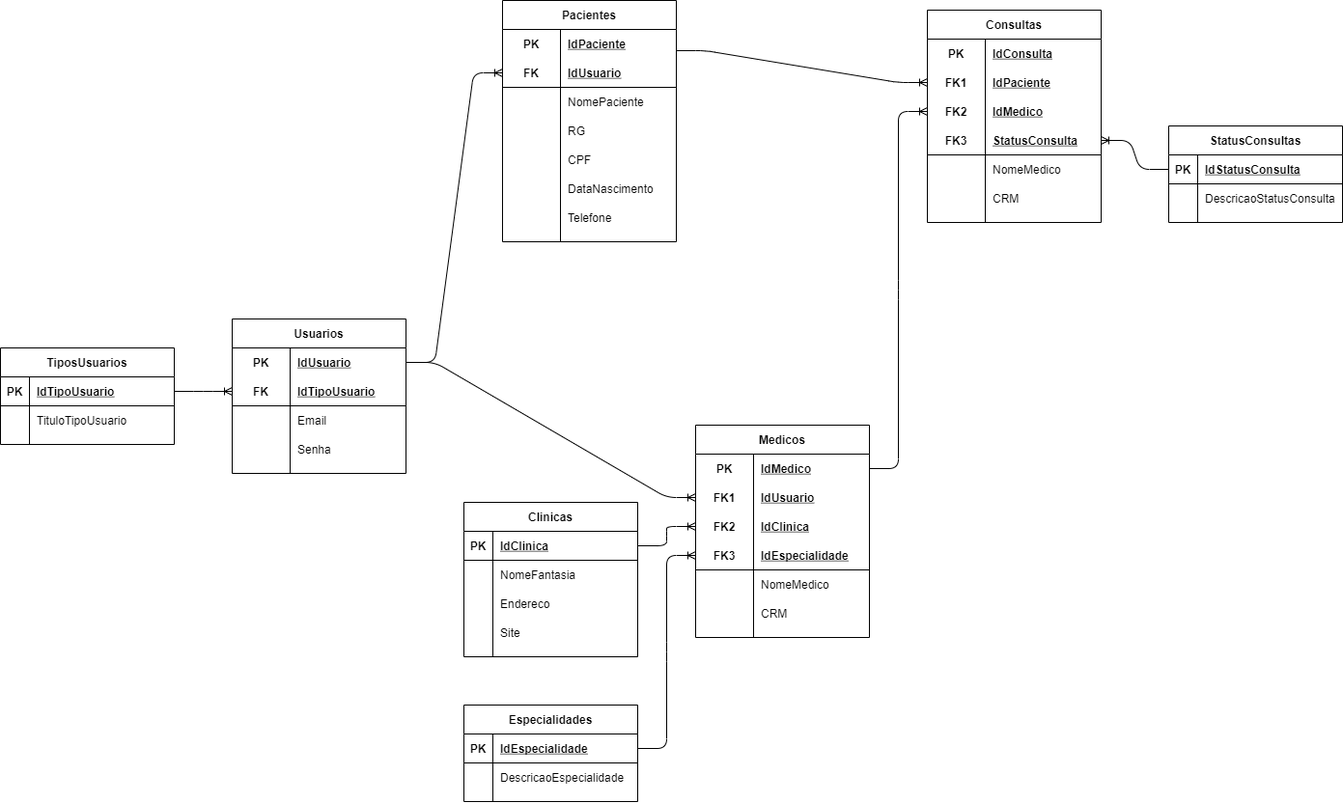
This is SP_Medical_Group/SP_Medical_Group-Lógico.png from Carlos-Augusto-Roque/Sprint1_bd, a draw.io export, as it was before one commit. Source tidied: cells renumbered, new cells last; positions are measured from the earlier drawing's top-left corner, leaving out a move shared by most shapes.
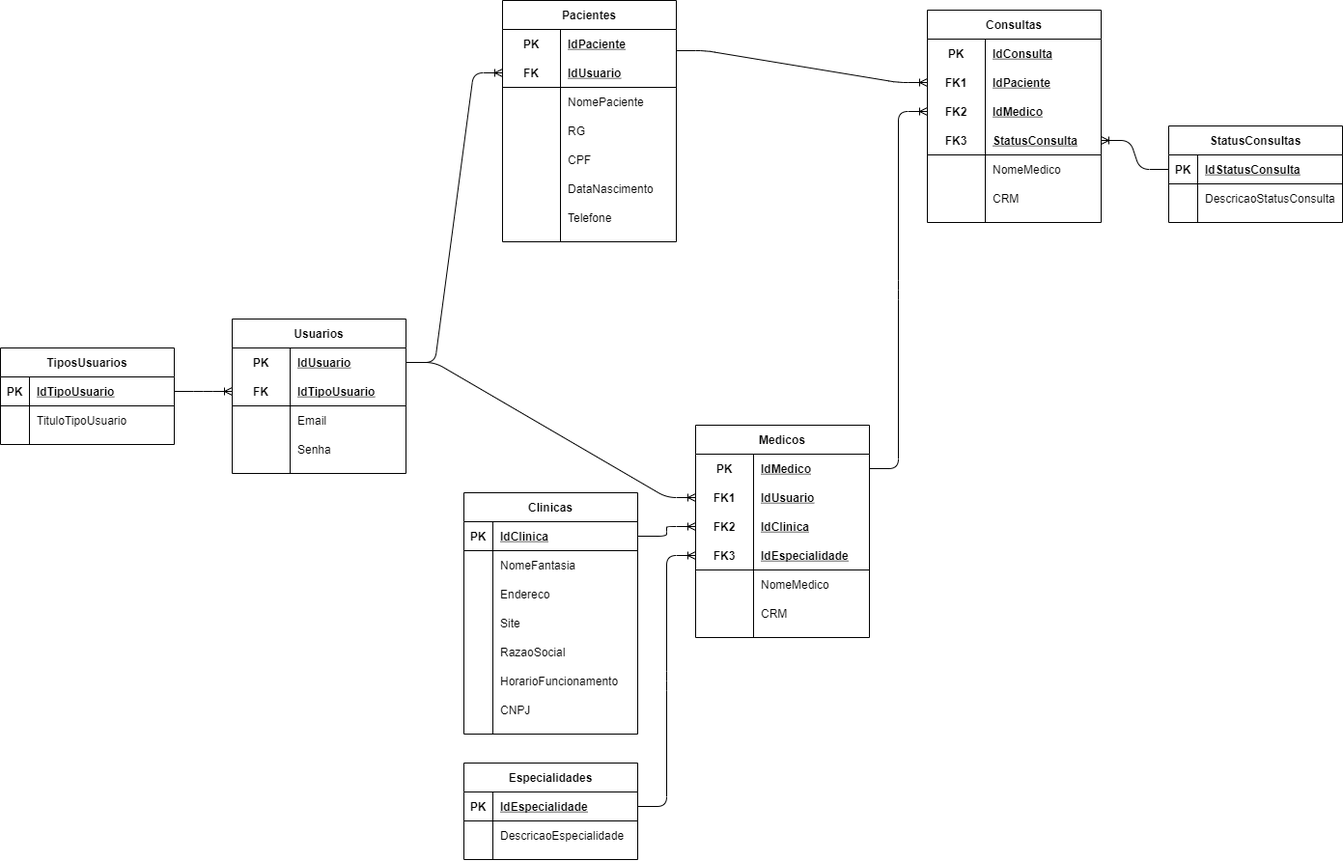
Above is the later version.

What changed in the source:
```diff
@@ -24,7 +24,7 @@
       <mxGeometry x="30" width="150" height="30" as="geometry" />
     </mxCell>
     <mxCell id="9" value="Especialidades" style="shape=table;startSize=30;rowLines=0;fontStyle=1;align=center;" parent="1" vertex="1">
-      <mxGeometry x="480" y="730" width="180" height="100" as="geometry" />
+      <mxGeometry x="480" y="790" width="180" height="100" as="geometry" />
     </mxCell>
     <mxCell id="10" style="shape=partialRectangle;fillColor=none;top=0;left=0;bottom=1;right=0;points=[[0,0.5],[1,0.5]];portConstraint=eastwest;" parent="9" vertex="1">
       <mxGeometry y="30" width="180" height="30" as="geometry" />
@@ -288,7 +288,7 @@
       <mxGeometry x="60" width="120" height="30" as="geometry" />
     </mxCell>
     <mxCell id="97" value="Clinicas" style="shape=table;startSize=30;rowLines=0;fontStyle=1;align=center;" parent="1" vertex="1">
-      <mxGeometry x="480" y="520" width="180" height="160" as="geometry" />
+      <mxGeometry x="480" y="510" width="180" height="250" as="geometry" />
     </mxCell>
     <mxCell id="98" style="shape=partialRectangle;fillColor=none;top=0;left=0;bottom=1;right=0;points=[[0,0.5],[1,0.5]];portConstraint=eastwest;" parent="97" vertex="1">
       <mxGeometry y="30" width="180" height="30" as="geometry" />
@@ -326,6 +326,33 @@
     <mxCell id="109" value="Site" style="shape=partialRectangle;fillColor=none;top=0;left=0;bottom=0;right=0;align=left;spacingLeft=6;overflow=hidden;" parent="107" vertex="1">
       <mxGeometry x="30" width="150" height="30" as="geometry" />
     </mxCell>
+    <mxCell id="118" style="shape=partialRectangle;fillColor=none;top=0;left=0;bottom=0;right=0;" parent="97" vertex="1">
+      <mxGeometry y="150" width="180" height="30" as="geometry" />
+    </mxCell>
+    <mxCell id="119" style="shape=partialRectangle;fillColor=none;top=0;left=0;bottom=0;right=0;overflow=hidden;" parent="118" vertex="1">
+      <mxGeometry width="30" height="30" as="geometry" />
+    </mxCell>
+    <mxCell id="120" value="RazaoSocial" style="shape=partialRectangle;fillColor=none;top=0;left=0;bottom=0;right=0;align=left;spacingLeft=6;overflow=hidden;" parent="118" vertex="1">
+      <mxGeometry x="30" width="150" height="30" as="geometry" />
+    </mxCell>
+    <mxCell id="121" style="shape=partialRectangle;fillColor=none;top=0;left=0;bottom=0;right=0;" parent="97" vertex="1">
+      <mxGeometry y="180" width="180" height="30" as="geometry" />
+    </mxCell>
+    <mxCell id="122" style="shape=partialRectangle;fillColor=none;top=0;left=0;bottom=0;right=0;overflow=hidden;" parent="121" vertex="1">
+      <mxGeometry width="30" height="30" as="geometry" />
+    </mxCell>
+    <mxCell id="123" value="HorarioFuncionamento" style="shape=partialRectangle;fillColor=none;top=0;left=0;bottom=0;right=0;align=left;spacingLeft=6;overflow=hidden;" parent="121" vertex="1">
+      <mxGeometry x="30" width="150" height="30" as="geometry" />
+    </mxCell>
+    <mxCell id="124" style="shape=partialRectangle;fillColor=none;top=0;left=0;bottom=0;right=0;" parent="97" vertex="1">
+      <mxGeometry y="210" width="180" height="30" as="geometry" />
+    </mxCell>
+    <mxCell id="125" style="shape=partialRectangle;fillColor=none;top=0;left=0;bottom=0;right=0;overflow=hidden;" parent="124" vertex="1">
+      <mxGeometry width="30" height="30" as="geometry" />
+    </mxCell>
+    <mxCell id="126" value="CNPJ" style="shape=partialRectangle;fillColor=none;top=0;left=0;bottom=0;right=0;align=left;spacingLeft=6;overflow=hidden;" parent="124" vertex="1">
+      <mxGeometry x="30" width="150" height="30" as="geometry" />
+    </mxCell>
     <mxCell id="110" style="edgeStyle=entityRelationEdgeStyle;fontSize=12;html=1;endArrow=ERoneToMany;exitX=1;exitY=0.5;exitDx=0;exitDy=0;entryX=0;entryY=0.5;entryDx=0;entryDy=0;" parent="1" edge="1" source="3" target="28">
       <mxGeometry relative="1" as="geometry" />
     </mxCell>
```
